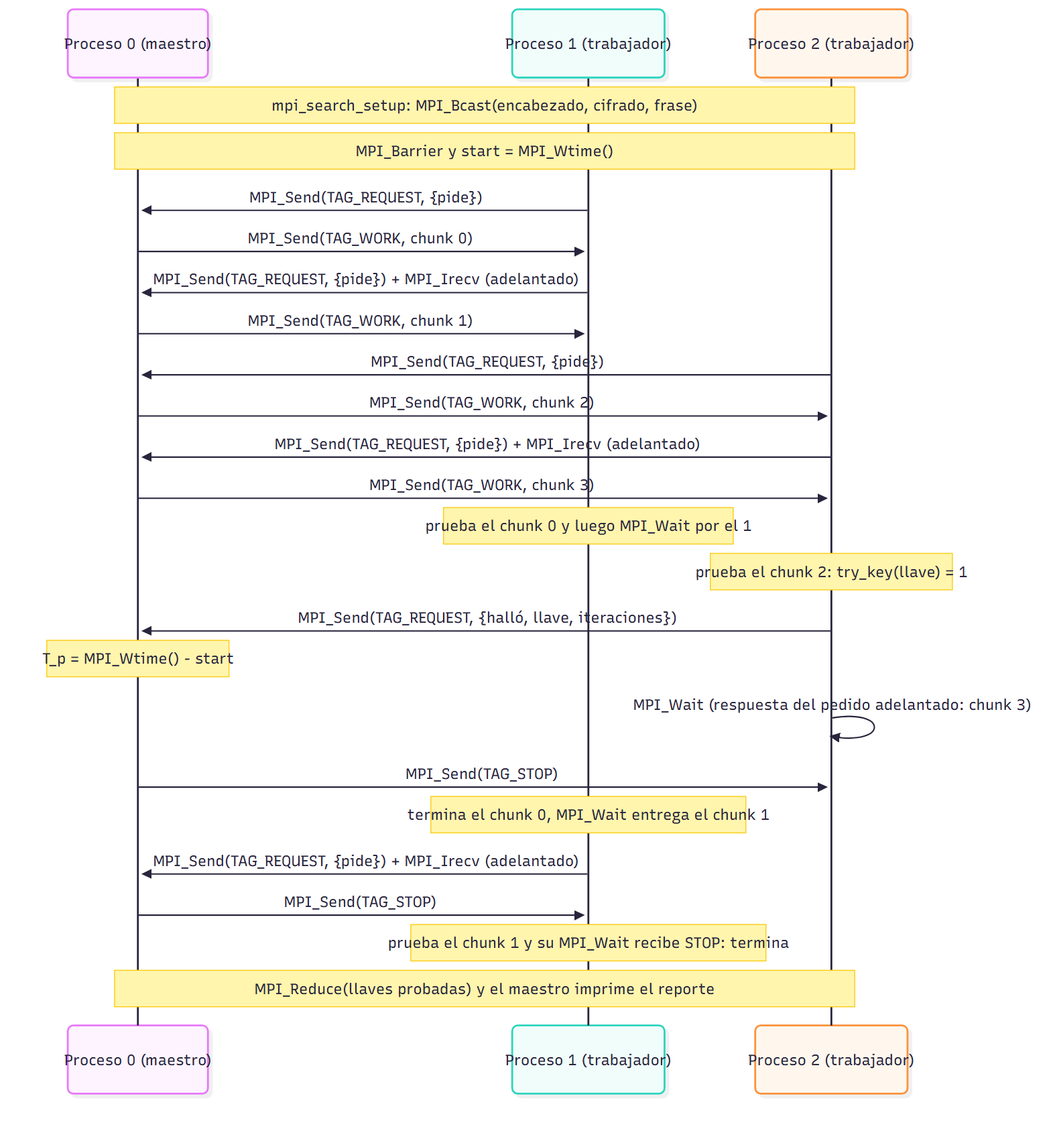
nicoCT04/Proyecto2-Paralela keeps this Mermaid diagram as docs/img/maestro-trabajador-mensajes.png. Above is the earlier version. Its source is kept beside it as docs/img/maestro-trabajador-mensajes.mmd. Source of this version:
```mermaid
sequenceDiagram
    participant M as Proceso 0 (maestro)
    participant T1 as Proceso 1 (trabajador)
    participant T2 as Proceso 2 (trabajador)

    Note over M,T2: mpi_search_setup: MPI_Bcast(encabezado, cifrado, frase)
    Note over M,T2: MPI_Barrier y start = MPI_Wtime()
    T1->>M: MPI_Send(TAG_REQUEST, {pide})
    M->>T1: MPI_Send(TAG_WORK, chunk 0)
    T1->>M: MPI_Send(TAG_REQUEST, {pide}) + MPI_Irecv (adelantado)
    M->>T1: MPI_Send(TAG_WORK, chunk 1)
    T2->>M: MPI_Send(TAG_REQUEST, {pide})
    M->>T2: MPI_Send(TAG_WORK, chunk 2)
    T2->>M: MPI_Send(TAG_REQUEST, {pide}) + MPI_Irecv (adelantado)
    M->>T2: MPI_Send(TAG_WORK, chunk 3)
    Note over T1: prueba el chunk 0 y luego MPI_Wait por el 1
    Note over T2: prueba el chunk 2: try_key(llave) = 1
    T2->>M: MPI_Send(TAG_REQUEST, {halló, llave, iteraciones})
    Note over M: T_p = MPI_Wtime() - start
    T2->>T2: MPI_Wait (respuesta del pedido adelantado: chunk 3)
    M->>T2: MPI_Send(TAG_STOP)
    Note over T1: termina el chunk 0, MPI_Wait entrega el chunk 1
    T1->>M: MPI_Send(TAG_REQUEST, {pide}) + MPI_Irecv (adelantado)
    M->>T1: MPI_Send(TAG_STOP)
    Note over T1: prueba el chunk 1 y su MPI_Wait recibe STOP: termina
    Note over M,T2: MPI_Reduce(llaves probadas) y el maestro imprime el reporte
```
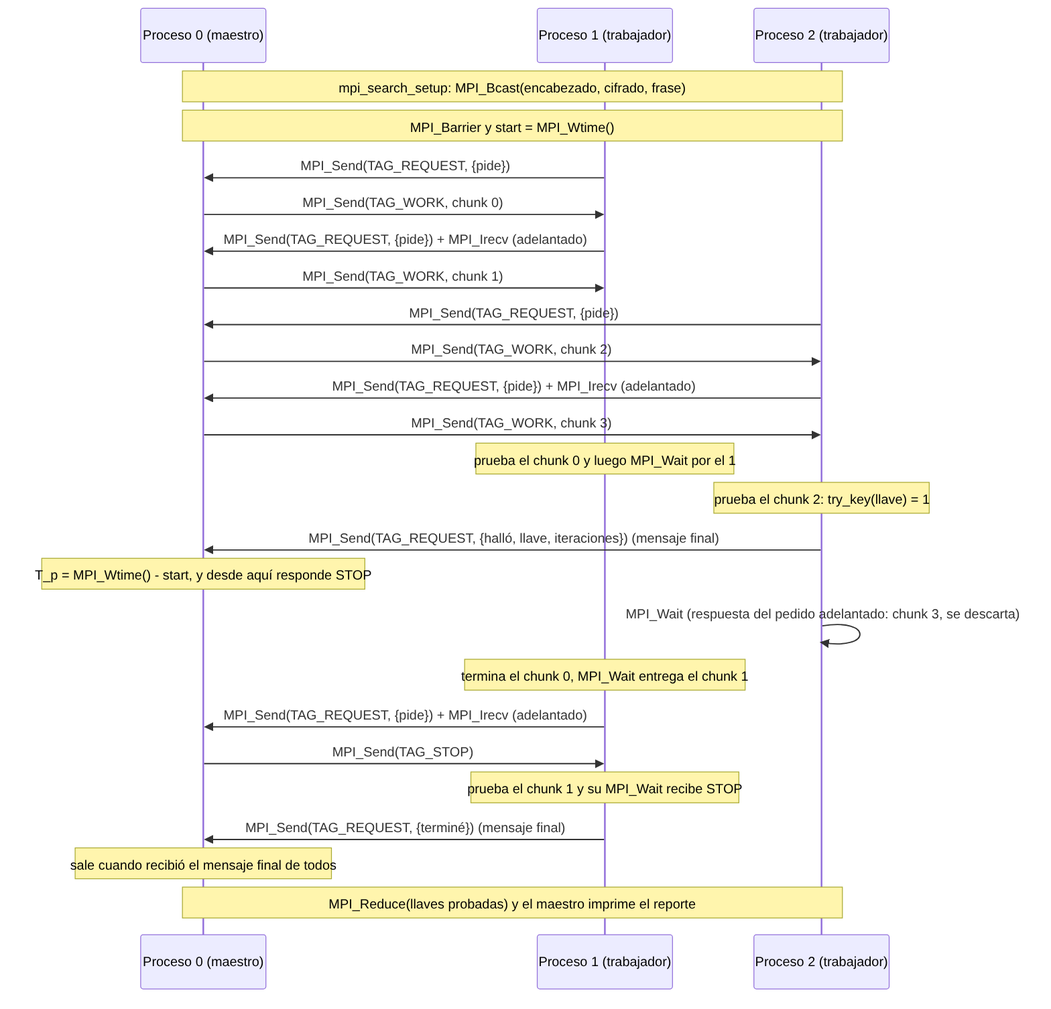
After the commit.

Commit message:
docs: diagrama del maestro-trabajador con el mensaje final de cada trabajador

Diff of the diagram source:
```diff
@@ -15,12 +15,13 @@
     M->>T2: MPI_Send(TAG_WORK, chunk 3)
     Note over T1: prueba el chunk 0 y luego MPI_Wait por el 1
     Note over T2: prueba el chunk 2: try_key(llave) = 1
-    T2->>M: MPI_Send(TAG_REQUEST, {halló, llave, iteraciones})
-    Note over M: T_p = MPI_Wtime() - start
-    T2->>T2: MPI_Wait (respuesta del pedido adelantado: chunk 3)
-    M->>T2: MPI_Send(TAG_STOP)
+    T2->>M: MPI_Send(TAG_REQUEST, {halló, llave, iteraciones}) (mensaje final)
+    Note over M: T_p = MPI_Wtime() - start, y desde aquí responde STOP
+    T2->>T2: MPI_Wait (respuesta del pedido adelantado: chunk 3, se descarta)
     Note over T1: termina el chunk 0, MPI_Wait entrega el chunk 1
     T1->>M: MPI_Send(TAG_REQUEST, {pide}) + MPI_Irecv (adelantado)
     M->>T1: MPI_Send(TAG_STOP)
-    Note over T1: prueba el chunk 1 y su MPI_Wait recibe STOP: termina
+    Note over T1: prueba el chunk 1 y su MPI_Wait recibe STOP
+    T1->>M: MPI_Send(TAG_REQUEST, {terminé}) (mensaje final)
+    Note over M: sale cuando recibió el mensaje final de todos
     Note over M,T2: MPI_Reduce(llaves probadas) y el maestro imprime el reporte
```
